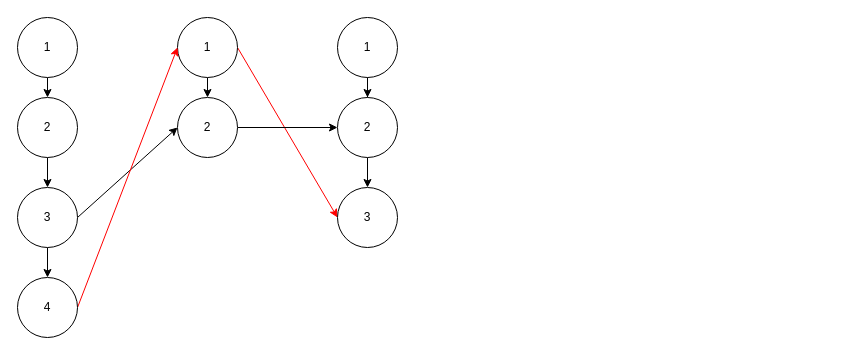
Earlier version of the draw.io diagram DVTS.drawio (rehoboan/Draw-Files). Source tidied: cells renumbered, new cells numbered last; positions are measured from the earlier drawing's top-left corner, leaving out a move shared by most shapes. Both pictures are drawn from the tidied source at 100%, with x=0, y=0 at pixel (17, 17).
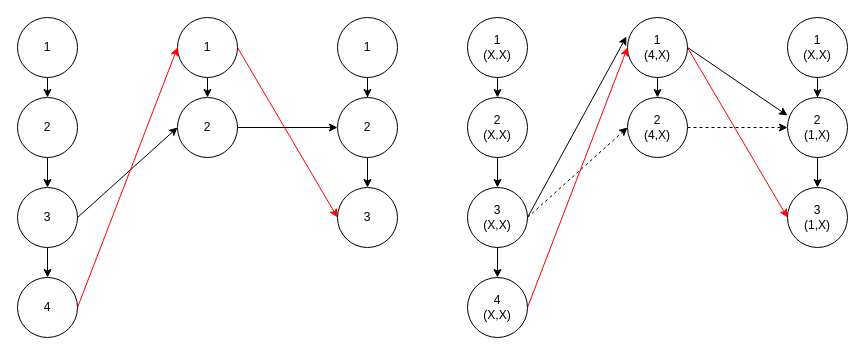
After the change.

Change to the diagram source:
```diff
@@
+    <mxCell id="21" style="edgeStyle=orthogonalEdgeStyle;rounded=0;jettySize=auto;html=1;exitX=0.5;exitY=1;exitDx=0;exitDy=0;entryX=0.5;entryY=0;entryDx=0;entryDy=0;" parent="1" edge="1" source="22" target="24">
+      <mxGeometry relative="1" as="geometry" />
+    </mxCell>
+    <mxCell id="22" value="1&lt;br&gt;(X,X)" style="ellipse;whiteSpace=wrap;html=1;" parent="1" vertex="1">
+      <mxGeometry x="450" width="60" height="60" as="geometry" />
+    </mxCell>
+    <mxCell id="23" style="edgeStyle=orthogonalEdgeStyle;rounded=0;jettySize=auto;html=1;exitX=0.5;exitY=1;exitDx=0;exitDy=0;entryX=0.5;entryY=0;entryDx=0;entryDy=0;" parent="1" edge="1" source="24" target="28">
+      <mxGeometry relative="1" as="geometry" />
+    </mxCell>
+    <mxCell id="24" value="2&lt;br&gt;(X,X)" style="ellipse;whiteSpace=wrap;html=1;" parent="1" vertex="1">
+      <mxGeometry x="450" y="80" width="60" height="60" as="geometry" />
+    </mxCell>
+    <mxCell id="25" style="edgeStyle=orthogonalEdgeStyle;rounded=0;jettySize=auto;html=1;exitX=0.5;exitY=1;exitDx=0;exitDy=0;" parent="1" edge="1" source="28" target="41">
+      <mxGeometry relative="1" as="geometry" />
+    </mxCell>
+    <mxCell id="26" style="rounded=0;jettySize=auto;html=1;exitX=1;exitY=0.5;exitDx=0;exitDy=0;entryX=0;entryY=0.5;entryDx=0;entryDy=0;dashed=1;" parent="1" edge="1" source="28" target="34">
+      <mxGeometry relative="1" as="geometry" />
+    </mxCell>
+    <mxCell id="27" style="rounded=0;jettySize=auto;html=1;exitX=1;exitY=0.5;exitDx=0;exitDy=0;entryX=-0.017;entryY=0.317;entryDx=0;entryDy=0;entryPerimeter=0;" parent="1" edge="1" source="28" target="32">
+      <mxGeometry relative="1" as="geometry" />
+    </mxCell>
+    <mxCell id="28" value="3&lt;br&gt;(X,X)" style="ellipse;whiteSpace=wrap;html=1;" parent="1" vertex="1">
+      <mxGeometry x="450" y="170" width="60" height="60" as="geometry" />
+    </mxCell>
+    <mxCell id="29" style="edgeStyle=orthogonalEdgeStyle;rounded=0;jettySize=auto;html=1;exitX=0.5;exitY=1;exitDx=0;exitDy=0;entryX=0.5;entryY=0;entryDx=0;entryDy=0;" parent="1" edge="1" source="32" target="34">
+      <mxGeometry relative="1" as="geometry" />
+    </mxCell>
+    <mxCell id="30" style="rounded=0;jettySize=auto;html=1;exitX=1;exitY=0.5;exitDx=0;exitDy=0;entryX=0;entryY=0.5;entryDx=0;entryDy=0;strokeColor=#FF0000;" parent="1" edge="1" source="32" target="39">
+      <mxGeometry relative="1" as="geometry" />
+    </mxCell>
+    <mxCell id="31" style="rounded=0;jettySize=auto;html=1;exitX=1;exitY=0.5;exitDx=0;exitDy=0;entryX=0;entryY=0.3;entryDx=0;entryDy=0;entryPerimeter=0;" parent="1" edge="1" source="32" target="38">
+      <mxGeometry relative="1" as="geometry" />
+    </mxCell>
+    <mxCell id="32" value="1&lt;br&gt;(4,X)" style="ellipse;whiteSpace=wrap;html=1;" parent="1" vertex="1">
+      <mxGeometry x="610" width="60" height="60" as="geometry" />
+    </mxCell>
+    <mxCell id="33" style="edgeStyle=orthogonalEdgeStyle;rounded=0;jettySize=auto;html=1;exitX=1;exitY=0.5;exitDx=0;exitDy=0;dashed=1;" parent="1" edge="1" source="34" target="38">
+      <mxGeometry relative="1" as="geometry" />
+    </mxCell>
+    <mxCell id="34" value="2&lt;br&gt;(4,X)" style="ellipse;whiteSpace=wrap;html=1;" parent="1" vertex="1">
+      <mxGeometry x="610" y="80" width="60" height="60" as="geometry" />
+    </mxCell>
+    <mxCell id="35" style="edgeStyle=orthogonalEdgeStyle;rounded=0;jettySize=auto;html=1;exitX=0.5;exitY=1;exitDx=0;exitDy=0;" parent="1" edge="1" source="36" target="38">
+      <mxGeometry relative="1" as="geometry" />
+    </mxCell>
+    <mxCell id="36" value="1&lt;br&gt;(X,X)" style="ellipse;whiteSpace=wrap;html=1;" parent="1" vertex="1">
+      <mxGeometry x="770" width="60" height="60" as="geometry" />
+    </mxCell>
+    <mxCell id="37" style="edgeStyle=orthogonalEdgeStyle;rounded=0;jettySize=auto;html=1;exitX=0.5;exitY=1;exitDx=0;exitDy=0;entryX=0.5;entryY=0;entryDx=0;entryDy=0;" parent="1" edge="1" source="38" target="39">
+      <mxGeometry relative="1" as="geometry" />
+    </mxCell>
+    <mxCell id="38" value="2&lt;br&gt;(1,X)" style="ellipse;whiteSpace=wrap;html=1;" parent="1" vertex="1">
+      <mxGeometry x="770" y="80" width="60" height="60" as="geometry" />
+    </mxCell>
+    <mxCell id="39" value="3&lt;br&gt;(1,X)" style="ellipse;whiteSpace=wrap;html=1;" parent="1" vertex="1">
+      <mxGeometry x="770" y="170" width="60" height="60" as="geometry" />
+    </mxCell>
+    <mxCell id="40" style="rounded=0;jettySize=auto;html=1;exitX=1;exitY=0.5;exitDx=0;exitDy=0;entryX=0;entryY=0.5;entryDx=0;entryDy=0;strokeColor=#FF0000;" parent="1" edge="1" source="41" target="32">
+      <mxGeometry relative="1" as="geometry" />
+    </mxCell>
+    <mxCell id="41" value="4&lt;br&gt;(X,X)" style="ellipse;whiteSpace=wrap;html=1;" parent="1" vertex="1">
+      <mxGeometry x="450" y="260" width="60" height="60" as="geometry" />
+    </mxCell>
```
